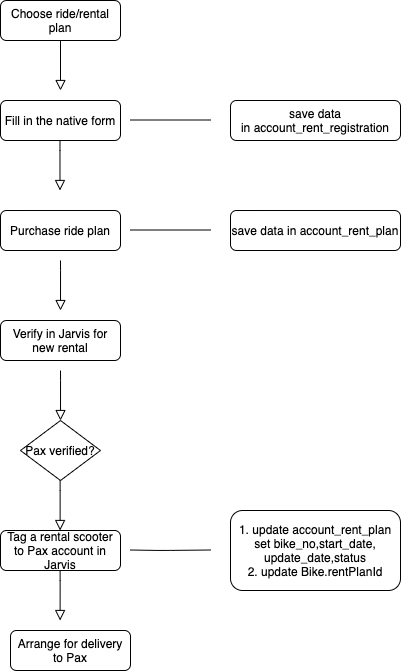
The draw.io diagram Untitled Diagram.png in Shawn1208/blog, before a commit. Source tidied: cells renumbered, new cells last; positions are measured from the earlier drawing's top-left corner, leaving out a move shared by most shapes.
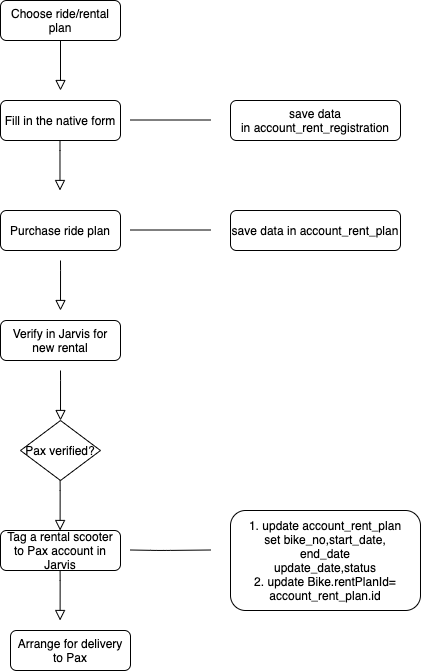
Later version of the same file.

Diff of the diagram source:
```diff
@@ -62,8 +62,8 @@
         </Array>
       </mxGeometry>
     </mxCell>
-    <mxCell id="15" value="1. update&amp;nbsp;account_rent_plan set&amp;nbsp;bike_no,start_date,&lt;br&gt;update_date,status&lt;br&gt;&lt;span&gt;2. update Bike.rentPlanId&lt;/span&gt;" style="rounded=1;whiteSpace=wrap;html=1;fontSize=12;glass=0;strokeWidth=1;shadow=0;" parent="1" vertex="1">
-      <mxGeometry x="230" y="510" width="170" height="80" as="geometry" />
+    <mxCell id="15" value="1. update&amp;nbsp;account_rent_plan set&amp;nbsp;bike_no,start_date,&lt;br&gt;end_date&lt;br&gt;update_date,status&lt;br&gt;&lt;span&gt;2. update Bike.rentPlanId=&lt;br&gt;&lt;/span&gt;account_rent_plan.id" style="rounded=1;whiteSpace=wrap;html=1;fontSize=12;glass=0;strokeWidth=1;shadow=0;" parent="1" vertex="1">
+      <mxGeometry x="230" y="510" width="190" height="100" as="geometry" />
     </mxCell>
     <mxCell id="16" value="Arrange for delivery to Pax" style="rounded=1;whiteSpace=wrap;html=1;fontSize=12;glass=0;strokeWidth=1;shadow=0;" parent="1" vertex="1">
       <mxGeometry x="10" y="630" width="120" height="40" as="geometry" />
```
